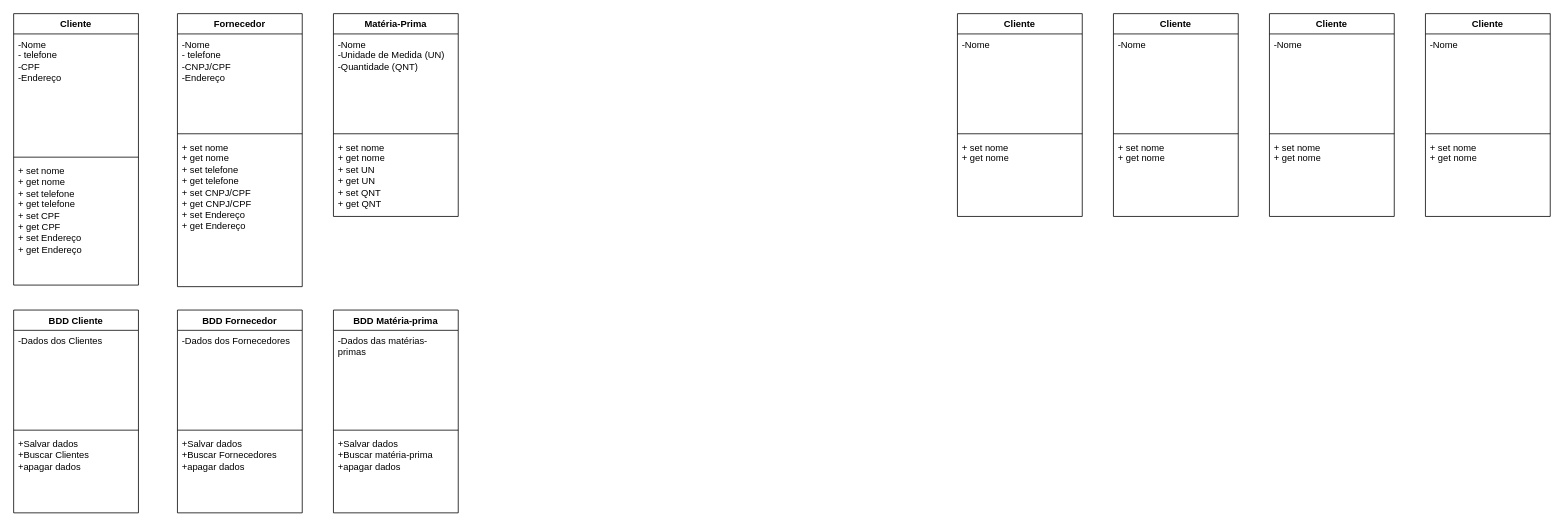
Earlier version of the draw.io diagram page "Diagrama de Classes" (9 of 9) of Doc/Fluxograma com algumas telas.drawio (matheusvenanciodossantos/Diagrama). Source tidied: cells renumbered, new cells numbered last; positions are measured from the earlier drawing's top-left corner, leaving out a move shared by most shapes. Both pictures are drawn from the tidied source at 78%, with x=0, y=0 at pixel (13, 13).
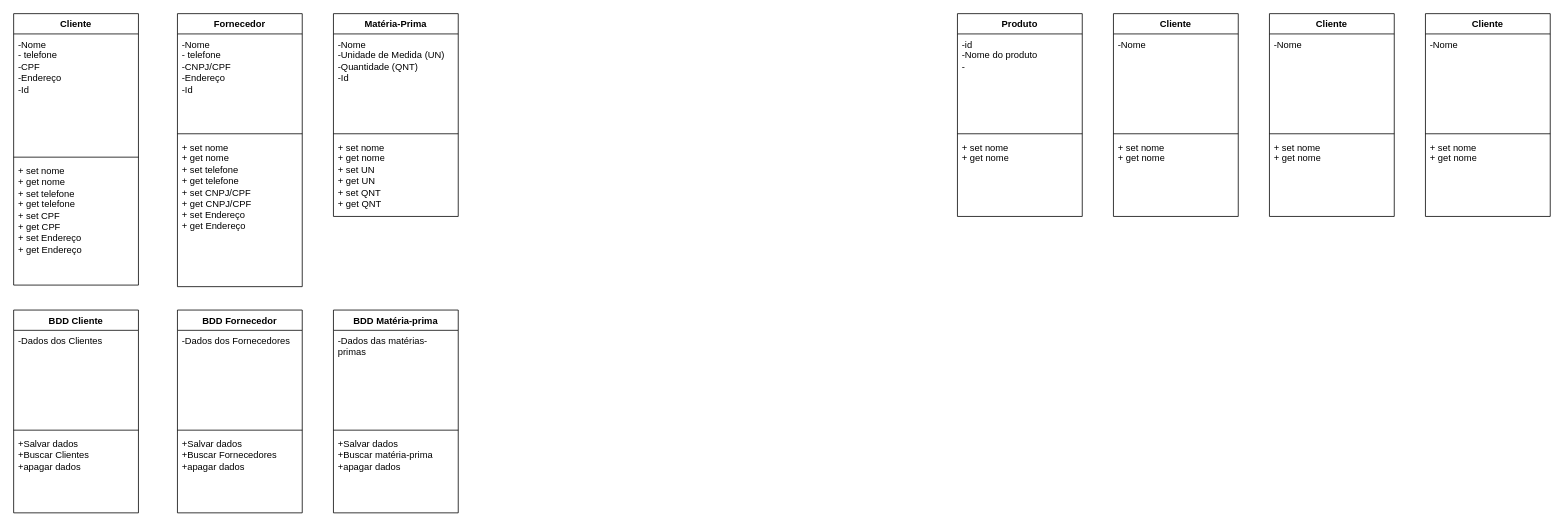
The same page after the edit.

Commit message:
19/04/24 fiz nada hj

Unchanged cells that the change refers to:
```xml
<mxCell id="2" value="Cliente" style="swimlane;fontStyle=1;align=center;verticalAlign=top;horizontal=1;startSize=26;whiteSpace=wrap;html=1;" parent="1" vertex="1">
  <mxGeometry width="160" height="348" as="geometry" />
</mxCell>
<mxCell id="6" value="Fornecedor" style="swimlane;fontStyle=1;align=center;verticalAlign=top;horizontal=1;startSize=26;whiteSpace=wrap;html=1;" parent="1" vertex="1">
  <mxGeometry x="210" width="160" height="350" as="geometry" />
</mxCell>
<mxCell id="10" value="Matéria-Prima" style="swimlane;fontStyle=1;align=center;verticalAlign=top;horizontal=1;startSize=26;whiteSpace=wrap;html=1;" parent="1" vertex="1">
  <mxGeometry x="410" width="160" height="260" as="geometry" />
</mxCell>
```

What changed in the source:
```diff
@@
-    <mxCell id="3" value="-Nome&lt;div&gt;- telefone&lt;/div&gt;&lt;div&gt;-CPF&lt;/div&gt;&lt;div&gt;-Endereço&amp;nbsp;&lt;/div&gt;" style="text;strokeColor=none;fillColor=none;align=left;verticalAlign=top;spacingLeft=4;spacingRight=4;overflow=hidden;whiteSpace=wrap;html=1;" parent="2" vertex="1">
+    <mxCell id="3" value="-Nome&lt;div&gt;- telefone&lt;/div&gt;&lt;div&gt;-CPF&lt;/div&gt;&lt;div&gt;-Endereço&amp;nbsp;&lt;/div&gt;&lt;div&gt;-Id&lt;/div&gt;" style="text;strokeColor=none;fillColor=none;align=left;verticalAlign=top;spacingLeft=4;spacingRight=4;overflow=hidden;whiteSpace=wrap;html=1;" parent="2" vertex="1">
       <mxGeometry y="26" width="160" height="154" as="geometry" />
     </mxCell>
@@
-    <mxCell id="7" value="&lt;div&gt;-Nome&lt;div&gt;- telefone&lt;/div&gt;&lt;div&gt;-CNPJ/CPF&lt;/div&gt;&lt;div&gt;-Endereço&amp;nbsp;&lt;/div&gt;&lt;/div&gt;" style="text;strokeColor=none;fillColor=none;align=left;verticalAlign=top;spacingLeft=4;spacingRight=4;overflow=hidden;whiteSpace=wrap;html=1;" parent="6" vertex="1">
+    <mxCell id="7" value="&lt;div&gt;-Nome&lt;div&gt;- telefone&lt;/div&gt;&lt;div&gt;-CNPJ/CPF&lt;/div&gt;&lt;div&gt;-Endereço&amp;nbsp;&lt;/div&gt;&lt;/div&gt;&lt;div&gt;-Id&lt;br&gt;&lt;/div&gt;" style="text;strokeColor=none;fillColor=none;align=left;verticalAlign=top;spacingLeft=4;spacingRight=4;overflow=hidden;whiteSpace=wrap;html=1;" parent="6" vertex="1">
       <mxGeometry y="26" width="160" height="124" as="geometry" />
     </mxCell>
@@
-    <mxCell id="11" value="-Nome&lt;div&gt;-Unidade de Medida (UN)&lt;/div&gt;&lt;div&gt;-Quantidade (QNT)&lt;/div&gt;" style="text;strokeColor=none;fillColor=none;align=left;verticalAlign=top;spacingLeft=4;spacingRight=4;overflow=hidden;whiteSpace=wrap;html=1;" parent="10" vertex="1">
+    <mxCell id="11" value="-Nome&lt;div&gt;-Unidade de Medida (UN)&lt;/div&gt;&lt;div&gt;-Quantidade (QNT)&lt;/div&gt;&lt;div&gt;-Id&lt;br&gt;&lt;/div&gt;" style="text;strokeColor=none;fillColor=none;align=left;verticalAlign=top;spacingLeft=4;spacingRight=4;overflow=hidden;whiteSpace=wrap;html=1;" parent="10" vertex="1">
       <mxGeometry y="26" width="160" height="124" as="geometry" />
     </mxCell>
@@
-    <mxCell id="18" value="Cliente" style="swimlane;fontStyle=1;align=center;verticalAlign=top;horizontal=1;startSize=26;whiteSpace=wrap;html=1;" parent="1" vertex="1">
+    <mxCell id="18" value="Produto" style="swimlane;fontStyle=1;align=center;verticalAlign=top;horizontal=1;startSize=26;whiteSpace=wrap;html=1;" parent="1" vertex="1">
       <mxGeometry x="1210" width="160" height="260" as="geometry" />
     </mxCell>
-    <mxCell id="19" value="-Nome" style="text;strokeColor=none;fillColor=none;align=left;verticalAlign=top;spacingLeft=4;spacingRight=4;overflow=hidden;whiteSpace=wrap;html=1;" parent="18" vertex="1">
+    <mxCell id="19" value="-id&lt;div&gt;-Nome do produto&lt;/div&gt;&lt;div&gt;-&lt;/div&gt;" style="text;strokeColor=none;fillColor=none;align=left;verticalAlign=top;spacingLeft=4;spacingRight=4;overflow=hidden;whiteSpace=wrap;html=1;" parent="18" vertex="1">
       <mxGeometry y="26" width="160" height="124" as="geometry" />
     </mxCell>
```
